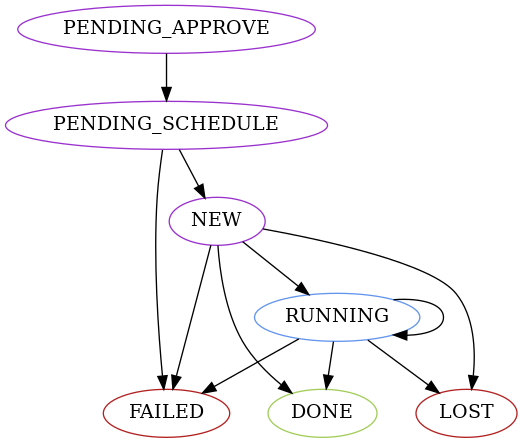
replicante-io/replicore keeps this Graphviz diagram as docs/notes/docs/assets/archnotes-action-states-core.png. Above is the earlier version. Its source is kept beside it as docs/notes/diagrams/archnotes-action-states-core.dot. The source it was exported from:
```dot
digraph "archnotes-action-states-core" {
  done [label="DONE", color="darkolivegreen3"];
  failed [label="FAILED", color="firebrick"];
  lost [label="LOST", color="firebrick"];
  new [label="NEW", color="darkorchid3"];
  pending_approve [label="PENDING_APPROVE", color="darkorchid3"];
  pending_schedule [label="PENDING_SCHEDULE", color="darkorchid3"];
  running [label="RUNNING", color="cornflowerblue"];

  pending_approve -> pending_schedule;

  pending_schedule -> new;

  new -> running;

  running -> running;

  new -> done;
  running -> done;

  new -> failed;
  pending_schedule -> failed;
  running -> failed;

  new -> lost;
  running -> lost;
}
```
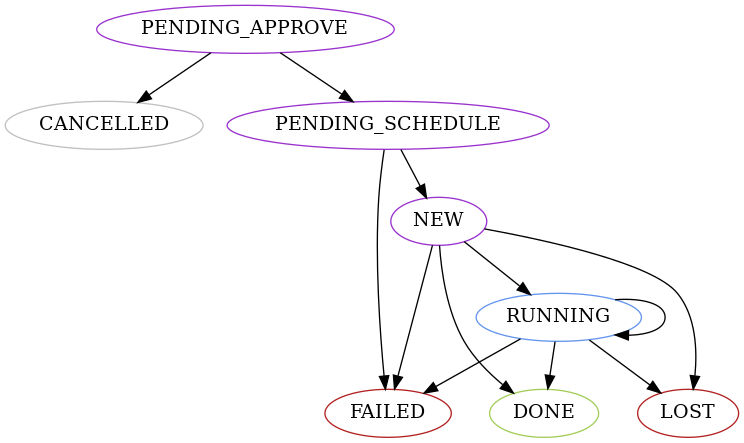
The same diagram one commit later.

Change to the diagram source:
```diff
@@ -1,4 +1,5 @@
 digraph "archnotes-action-states-core" {
+  cancelled [label="CANCELLED", color="gray"];
   done [label="DONE", color="darkolivegreen3"];
   failed [label="FAILED", color="firebrick"];
   lost [label="LOST", color="firebrick"];
@@ -8,6 +9,8 @@
   running [label="RUNNING", color="cornflowerblue"];
 
   pending_approve -> pending_schedule;
+
+  pending_approve -> cancelled;
 
   pending_schedule -> new;
 
```
